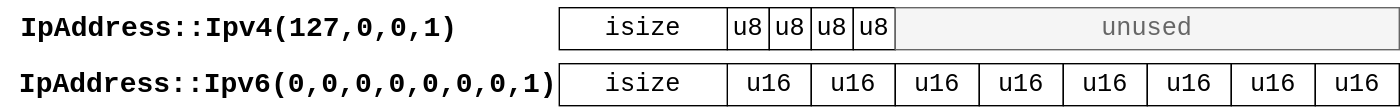
The draw.io diagram slides/images/A2-enum-memory-light.drawio.svg in trifectatechfoundation/teach-rs, before a commit. Source tidied: cells renumbered, new cells last; positions are measured from the earlier drawing's top-left corner, leaving out a move shared by most shapes.
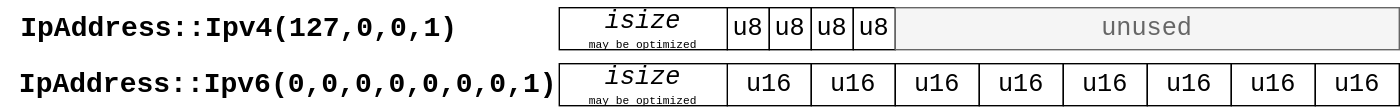
After the commit.

What changed in the source:
```diff
@@ -47,10 +47,10 @@
     <mxCell id="16" value="&lt;font face=&quot;Courier New&quot;&gt;&lt;span style=&quot;font-size: 18px;&quot;&gt;unused&lt;/span&gt;&lt;/font&gt;" style="rounded=0;whiteSpace=wrap;html=1;fillColor=#f5f5f5;fontColor=#666666;strokeColor=#666666;" parent="1" vertex="1">
       <mxGeometry x="639" y="5" width="360" height="30" as="geometry" />
     </mxCell>
-    <mxCell id="17" value="&lt;font style=&quot;font-size: 18px;&quot; face=&quot;Courier New&quot;&gt;isize&lt;/font&gt;" style="rounded=0;whiteSpace=wrap;html=1;" parent="1" vertex="1">
+    <mxCell id="17" value="&lt;div&gt;&lt;font style=&quot;font-size: 18px;&quot; face=&quot;Courier New&quot;&gt;&lt;i&gt;isize&lt;br&gt;&lt;/i&gt;&lt;/font&gt;&lt;/div&gt;&lt;div style=&quot;font-size: 8px;&quot;&gt;&lt;font style=&quot;font-size: 8px;&quot; face=&quot;Courier New&quot;&gt;may be optimized&lt;br&gt;&lt;/font&gt;&lt;/div&gt;" style="rounded=0;whiteSpace=wrap;html=1;" parent="1" vertex="1">
       <mxGeometry x="399" y="5" width="120" height="30" as="geometry" />
     </mxCell>
-    <mxCell id="18" value="&lt;font style=&quot;font-size: 18px;&quot; face=&quot;Courier New&quot;&gt;isize&lt;/font&gt;" style="rounded=0;whiteSpace=wrap;html=1;" parent="1" vertex="1">
+    <mxCell id="18" value="&lt;div&gt;&lt;font style=&quot;font-size: 18px;&quot; face=&quot;Courier New&quot;&gt;&lt;i&gt;isize&lt;br&gt;&lt;/i&gt;&lt;/font&gt;&lt;/div&gt;&lt;div style=&quot;font-size: 8px;&quot;&gt;&lt;font style=&quot;font-size: 8px;&quot; face=&quot;Courier New&quot;&gt;may be optimized&lt;br&gt;&lt;/font&gt;&lt;/div&gt;" style="rounded=0;whiteSpace=wrap;html=1;" parent="1" vertex="1">
       <mxGeometry x="399" y="45" width="120" height="30" as="geometry" />
     </mxCell>
   </root>
```
